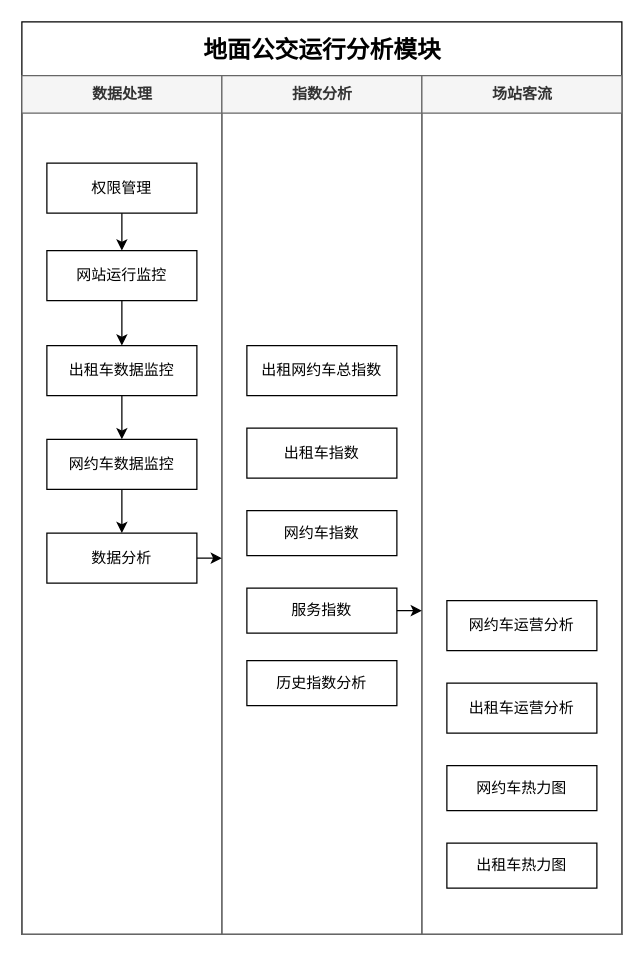
This is 天津指数项目-出租汽车运行分析子模块.drawio from SmileLikeYe/drawio, a draw.io file, before an edit. Source tidied: cells renumbered, new cells numbered last; positions are measured from the earlier drawing's top-left corner, leaving out a move shared by most shapes. Both pictures are drawn from the tidied source at 125%, with x=0, y=0 at pixel (21, 21).
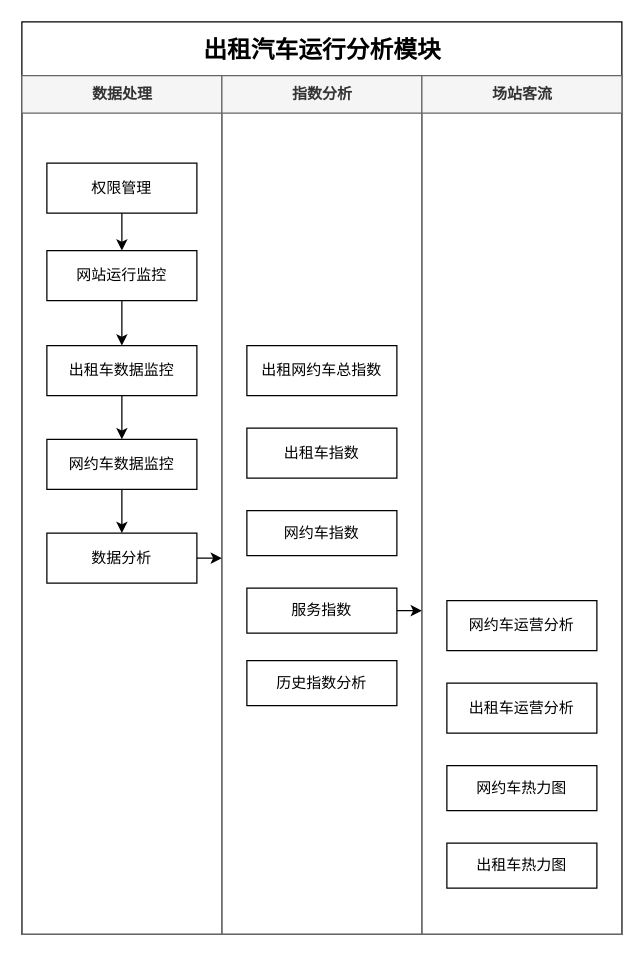
The same diagram, later.

Commit message:
Update 天津指数项目-出租汽车运行分析子模块.drawio

Diff of the diagram source:
```diff
@@
-    <mxCell id="2" value="&lt;font style=&quot;font-size: 19px&quot;&gt;地面公交运行分析模块&lt;/font&gt;" style="swimlane;html=1;startSize=43;rounded=0;shadow=0;labelBackgroundColor=none;strokeWidth=1;fontFamily=Verdana;fontSize=8;align=center;" parent="1" vertex="1">
+    <mxCell id="2" value="&lt;font style=&quot;font-size: 19px&quot;&gt;出租汽车运行分析模块&lt;/font&gt;" style="swimlane;html=1;startSize=43;rounded=0;shadow=0;labelBackgroundColor=none;strokeWidth=1;fontFamily=Verdana;fontSize=8;align=center;" parent="1" vertex="1">
       <mxGeometry width="480" height="730" as="geometry" />
     </mxCell>
```
